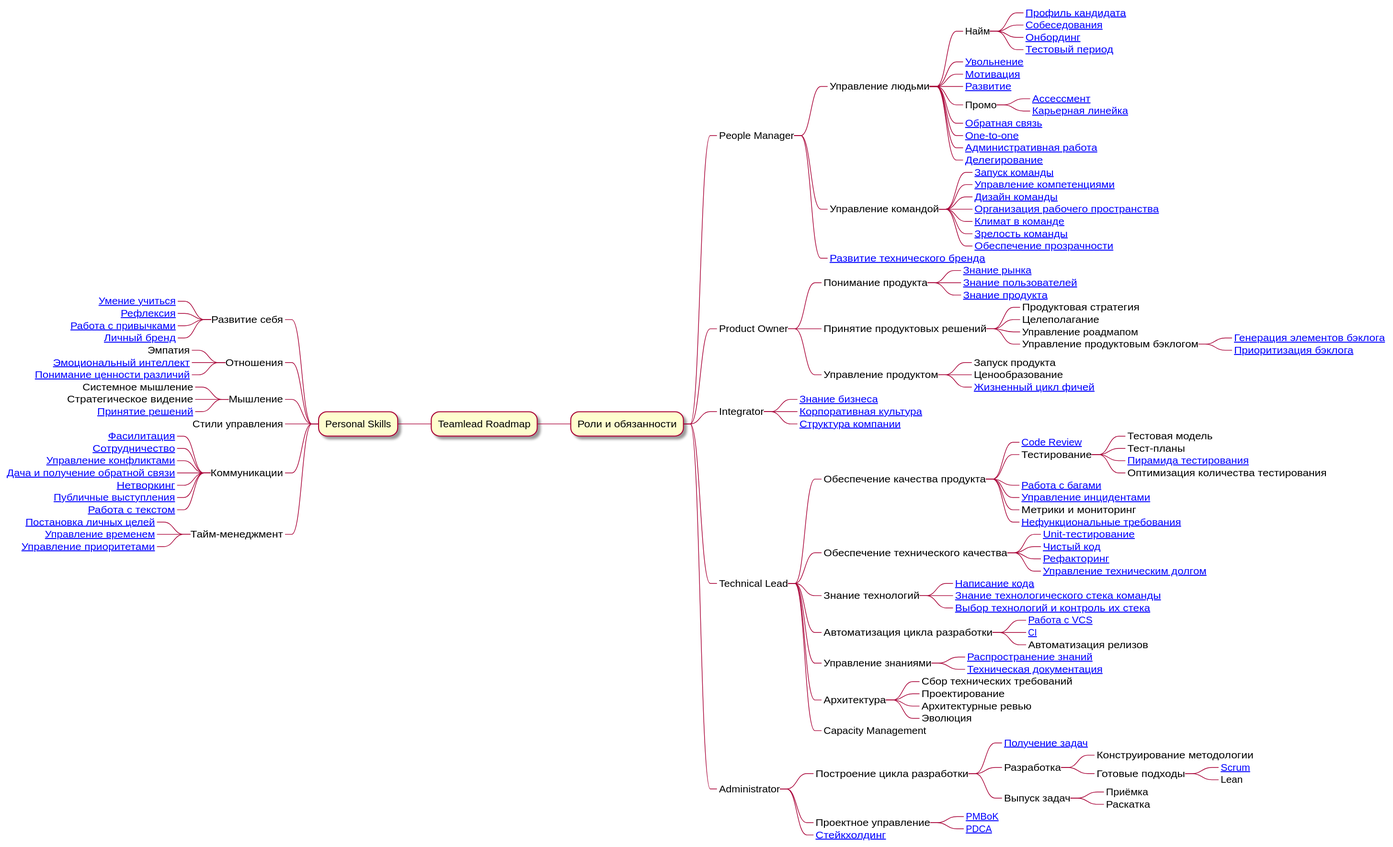
Above: roadmap.svg in tlbootcamp/tlroadmap (PlantUML), before the change.
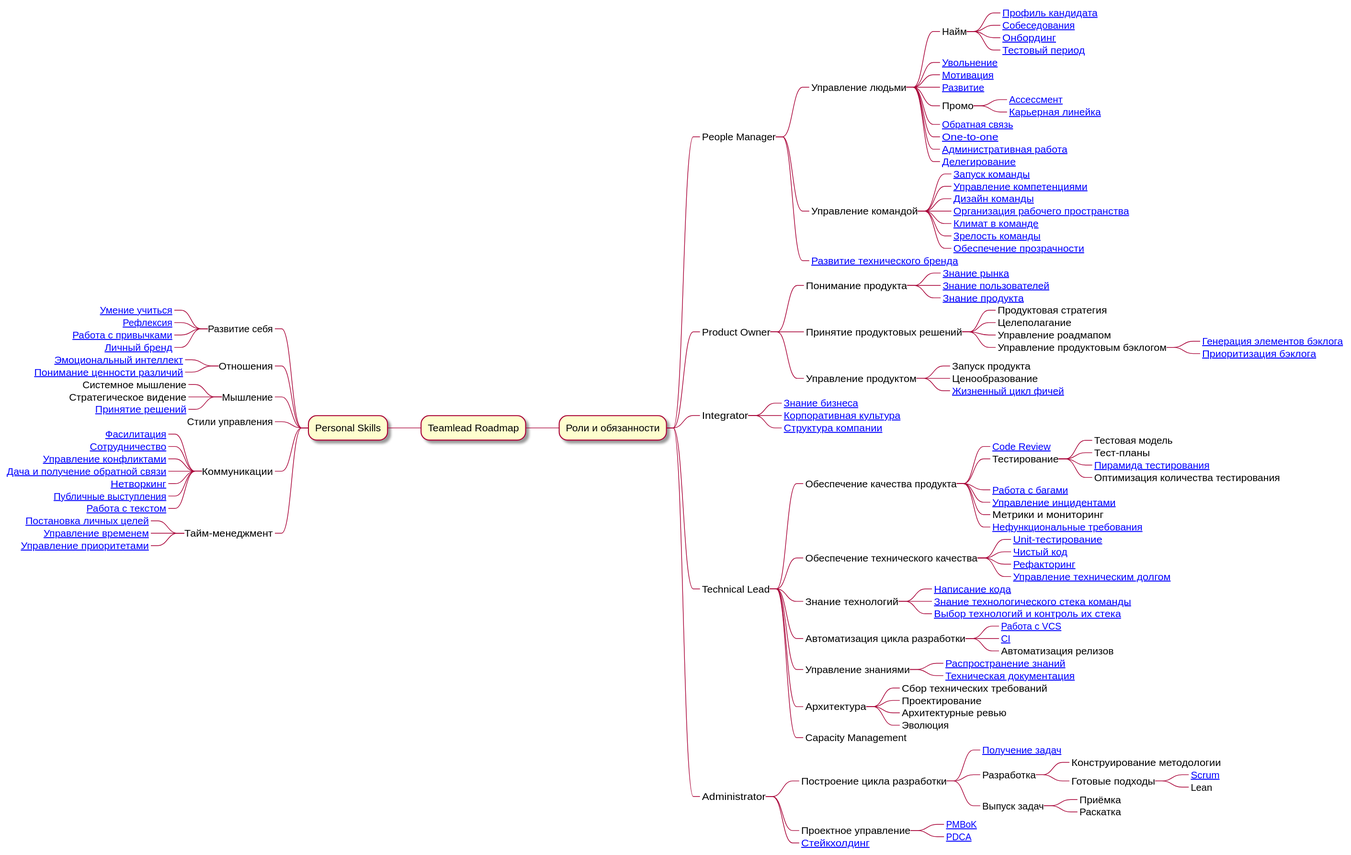
The same file after the commit.

The edit, as a diff of the source:
```diff
@@ -106,7 +106,6 @@
 ****_ [[https://github.com/tlbootcamp/tlroadmap/blob/master/skills/self-improvement/habits.md Работа с привычками]]
 ****_ [[https://github.com/tlbootcamp/tlroadmap/blob/master/skills/self-improvement/personal-brand.md Личный бренд]]
 ***_ Отношения
-****_ Эмпатия
 ****_ [[https://github.com/tlbootcamp/tlroadmap/blob/master/skills/self-improvement/emotional-intelligence.md Эмоциональный интеллект]]
 ****_ [[https://github.com/tlbootcamp/tlroadmap/blob/master/skills/self-improvement/diversity.md Понимание ценности различий]]
 ***_ Мышление
```
